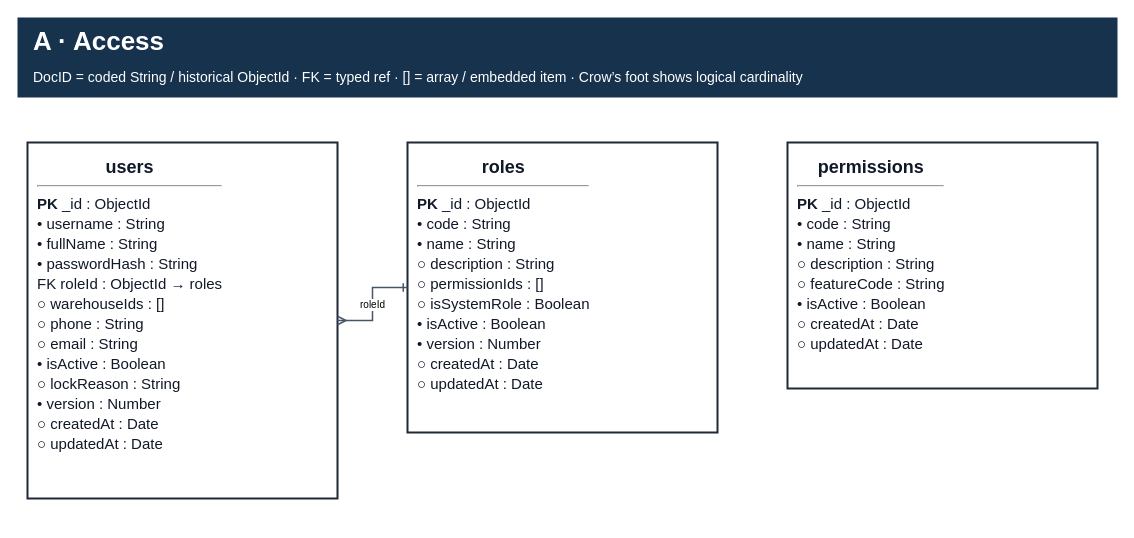
Earlier version of the draw.io diagram page "A · Access" (2 of 12) of git_doc/docs/03_thiet_ke/DB_Current_2026-11-12_58/WMSD_ERD_Current.drawio (bupbalabup/wmsd_be). Source tidied: cells renumbered, new cells numbered last; positions are measured from the earlier drawing's top-left corner, leaving out a move shared by most shapes. Both pictures are drawn from the tidied source at 100%, with x=0, y=0 at pixel (17, 17).
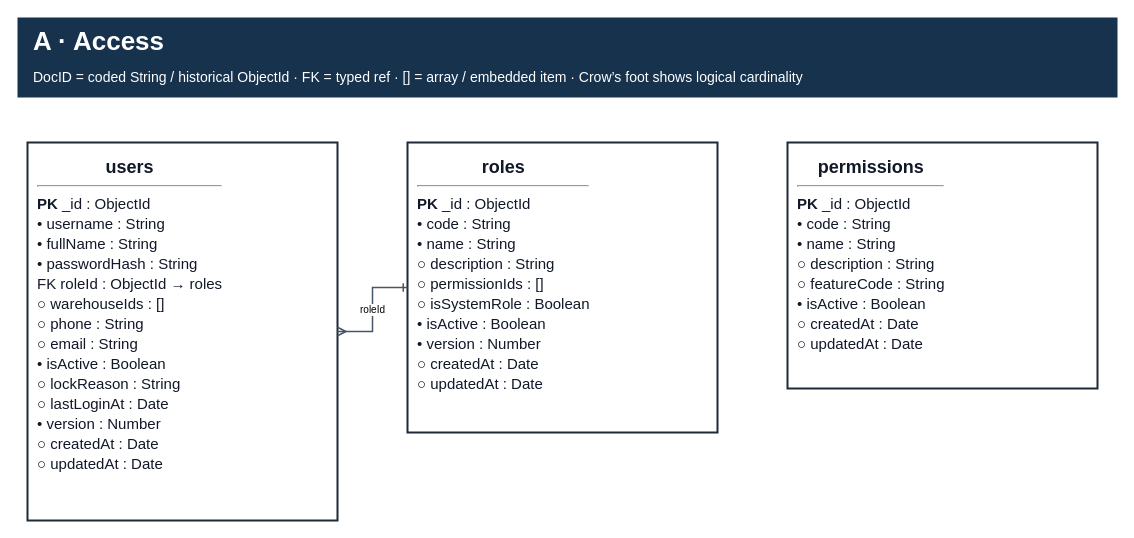
Above is the later version.

Diff of the diagram source:
```diff
@@
 <mxGraphModel background="#FFFFFF">
   <root>
     <mxCell id="0" />
     <mxCell id="1" parent="0" />
     <mxCell id="2" value="&lt;b&gt;A · Access&lt;/b&gt;&lt;br/&gt;&lt;font style=&quot;font-size:14px&quot;&gt;DocID = coded String / historical ObjectId · FK = typed ref · [] = array / embedded item · Crow’s foot shows logical cardinality&lt;/font&gt;" style="rounded=0;whiteSpace=wrap;html=1;fillColor=#17324D;strokeColor=none;fontColor=#FFFFFF;align=left;verticalAlign=middle;spacing=16;fontFamily=Arial;fontSize=26;" parent="1" vertex="1">
       <mxGeometry width="1100" height="80" as="geometry" />
     </mxCell>
-    <mxCell id="3" value="&lt;div style=&quot;font-size:15px;line-height:20px&quot;&gt;&lt;div style=&quot;text-align:center;font-size:18px&quot;&gt;&lt;b&gt;users&lt;/b&gt;&lt;/div&gt;&lt;hr/&gt;&lt;div&gt;&lt;b&gt;PK&lt;/b&gt;  _id : ObjectId&lt;br/&gt;•  username : String&lt;br/&gt;•  fullName : String&lt;br/&gt;•  passwordHash : String&lt;br/&gt;FK  roleId : ObjectId → roles&lt;br/&gt;○  warehouseIds : []&lt;br/&gt;○  phone : String&lt;br/&gt;○  email : String&lt;br/&gt;•  isActive : Boolean&lt;br/&gt;○  lockReason : String&lt;br/&gt;•  version : Number&lt;br/&gt;○ createdAt : Date&lt;br/&gt;○ updatedAt : Date&lt;/div&gt;&lt;/div&gt;" style="rounded=0;whiteSpace=wrap;html=1;fillColor=#FFFFFF;strokeColor=#1F2937;strokeWidth=2;fontColor=#111827;align=left;verticalAlign=top;spacing=10;fontFamily=Arial;overflow=hidden;" parent="1" vertex="1">
-      <mxGeometry x="10" y="125" width="310" height="356" as="geometry" />
+    <mxCell id="3" value="&lt;div style=&quot;font-size:15px;line-height:20px&quot;&gt;&lt;div style=&quot;text-align:center;font-size:18px&quot;&gt;&lt;b&gt;users&lt;/b&gt;&lt;/div&gt;&lt;hr/&gt;&lt;div&gt;&lt;b&gt;PK&lt;/b&gt;  _id : ObjectId&lt;br/&gt;•  username : String&lt;br/&gt;•  fullName : String&lt;br/&gt;•  passwordHash : String&lt;br/&gt;FK  roleId : ObjectId → roles&lt;br/&gt;○  warehouseIds : []&lt;br/&gt;○  phone : String&lt;br/&gt;○  email : String&lt;br/&gt;•  isActive : Boolean&lt;br/&gt;○  lockReason : String&lt;br/&gt;○  lastLoginAt : Date&lt;br/&gt;•  version : Number&lt;br/&gt;○ createdAt : Date&lt;br/&gt;○ updatedAt : Date&lt;/div&gt;&lt;/div&gt;" style="rounded=0;whiteSpace=wrap;html=1;fillColor=#FFFFFF;strokeColor=#1F2937;strokeWidth=2;fontColor=#111827;align=left;verticalAlign=top;spacing=10;fontFamily=Arial;overflow=hidden;" parent="1" vertex="1">
+      <mxGeometry x="10" y="125" width="310" height="378" as="geometry" />
     </mxCell>
     <mxCell id="4" value="&lt;div style=&quot;font-size:15px;line-height:20px&quot;&gt;&lt;div style=&quot;text-align:center;font-size:18px&quot;&gt;&lt;b&gt;roles&lt;/b&gt;&lt;/div&gt;&lt;hr/&gt;&lt;div&gt;&lt;b&gt;PK&lt;/b&gt;  _id : ObjectId&lt;br/&gt;•  code : String&lt;br/&gt;•  name : String&lt;br/&gt;○  description : String&lt;br/&gt;○  permissionIds : []&lt;br/&gt;○  isSystemRole : Boolean&lt;br/&gt;•  isActive : Boolean&lt;br/&gt;•  version : Number&lt;br/&gt;○ createdAt : Date&lt;br/&gt;○ updatedAt : Date&lt;/div&gt;&lt;/div&gt;" style="rounded=0;whiteSpace=wrap;html=1;fillColor=#FFFFFF;strokeColor=#1F2937;strokeWidth=2;fontColor=#111827;align=left;verticalAlign=top;spacing=10;fontFamily=Arial;overflow=hidden;" parent="1" vertex="1">
       <mxGeometry x="390" y="125" width="310" height="290" as="geometry" />
     </mxCell>
     <mxCell id="5" value="&lt;div style=&quot;font-size:15px;line-height:20px&quot;&gt;&lt;div style=&quot;text-align:center;font-size:18px&quot;&gt;&lt;b&gt;permissions&lt;/b&gt;&lt;/div&gt;&lt;hr/&gt;&lt;div&gt;&lt;b&gt;PK&lt;/b&gt;  _id : ObjectId&lt;br/&gt;•  code : String&lt;br/&gt;•  name : String&lt;br/&gt;○  description : String&lt;br/&gt;○  featureCode : String&lt;br/&gt;•  isActive : Boolean&lt;br/&gt;○ createdAt : Date&lt;br/&gt;○ updatedAt : Date&lt;/div&gt;&lt;/div&gt;" style="rounded=0;whiteSpace=wrap;html=1;fillColor=#FFFFFF;strokeColor=#1F2937;strokeWidth=2;fontColor=#111827;align=left;verticalAlign=top;spacing=10;fontFamily=Arial;overflow=hidden;" parent="1" vertex="1">
       <mxGeometry x="770" y="125" width="310" height="246" as="geometry" />
     </mxCell>
     <mxCell id="6" value="roleId" style="edgeStyle=orthogonalEdgeStyle;rounded=0;jettySize=auto;html=1;strokeColor=#475569;strokeWidth=1.5;startArrow=ERone;endArrow=ERmany;fontFamily=Arial;fontSize=10;labelBackgroundColor=#FFFFFF;" parent="1" edge="1" source="4" target="3">
       <mxGeometry relative="1" as="geometry" />
     </mxCell>
   </root>
 </mxGraphModel>
```
